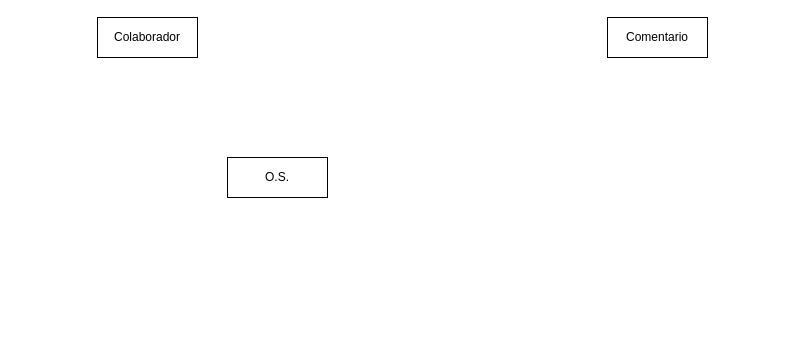
Before: 3des/01-proj/aula15/os/docs/der-conceitual.drawio in Kcioban/DSFork, a draw.io diagram. Source tidied: cells renumbered, new cells numbered last; positions are measured from the earlier drawing's top-left corner, leaving out a move shared by most shapes. Both pictures are drawn from the tidied source at 100%, with x=0, y=0 at pixel (97, 17).
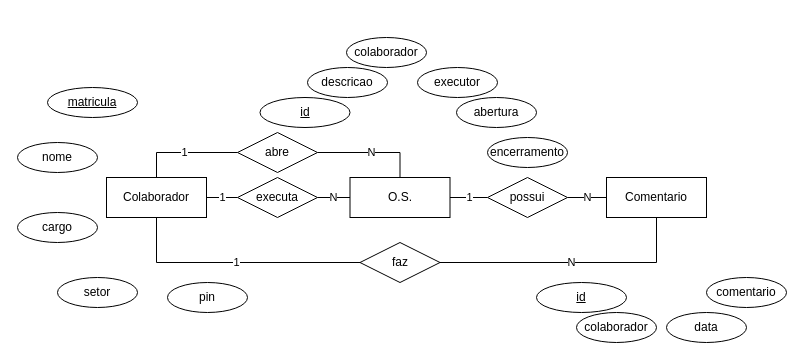
The same diagram, later.

Change to the diagram source:
```diff
@@
+    <mxCell id="5" value="1" style="edgeStyle=orthogonalEdgeStyle;rounded=0;jettySize=auto;html=1;exitX=0.5;exitY=0;exitDx=0;exitDy=0;entryX=0;entryY=0.5;entryDx=0;entryDy=0;endArrow=none;endFill=0;" parent="1" edge="1" source="2" target="25">
+      <mxGeometry relative="1" as="geometry" />
+    </mxCell>
+    <mxCell id="6" value="1" style="edgeStyle=orthogonalEdgeStyle;rounded=0;jettySize=auto;html=1;exitX=1;exitY=0.5;exitDx=0;exitDy=0;entryX=0;entryY=0.5;entryDx=0;entryDy=0;endArrow=none;endFill=0;" parent="1" edge="1" source="2" target="27">
+      <mxGeometry relative="1" as="geometry" />
+    </mxCell>
     <mxCell id="2" value="Colaborador" style="whiteSpace=wrap;html=1;align=center;" parent="1" vertex="1">
-      <mxGeometry width="100" height="40" as="geometry" />
+      <mxGeometry x="9" y="160" width="100" height="40" as="geometry" />
     </mxCell>
+    <mxCell id="7" value="1" style="edgeStyle=orthogonalEdgeStyle;rounded=0;jettySize=auto;html=1;exitX=1;exitY=0.5;exitDx=0;exitDy=0;entryX=0;entryY=0.5;entryDx=0;entryDy=0;endArrow=none;endFill=0;" parent="1" edge="1" source="3" target="32">
+      <mxGeometry relative="1" as="geometry" />
+    </mxCell>
     <mxCell id="3" value="O.S." style="whiteSpace=wrap;html=1;align=center;" parent="1" vertex="1">
-      <mxGeometry x="130" y="140" width="100" height="40" as="geometry" />
+      <mxGeometry x="252.5" y="160" width="100" height="40" as="geometry" />
     </mxCell>
     <mxCell id="4" value="Comentario" style="whiteSpace=wrap;html=1;align=center;" parent="1" vertex="1">
-      <mxGeometry x="510" width="100" height="40" as="geometry" />
+      <mxGeometry x="509" y="160" width="100" height="40" as="geometry" />
     </mxCell>
+    <mxCell id="8" value="nome" style="ellipse;whiteSpace=wrap;html=1;align=center;" parent="1" vertex="1">
+      <mxGeometry x="-80" y="125" width="80" height="30" as="geometry" />
+    </mxCell>
+    <mxCell id="9" value="matricula" style="ellipse;whiteSpace=wrap;html=1;align=center;fontStyle=4;" parent="1" vertex="1">
+      <mxGeometry x="-50" y="70" width="90" height="30" as="geometry" />
+    </mxCell>
+    <mxCell id="10" value="cargo" style="ellipse;whiteSpace=wrap;html=1;align=center;" parent="1" vertex="1">
+      <mxGeometry x="-80" y="195" width="80" height="30" as="geometry" />
+    </mxCell>
+    <mxCell id="11" style="rounded=0;jettySize=auto;html=1;exitX=0.5;exitY=0;exitDx=0;exitDy=0;entryX=0.5;entryY=1;entryDx=0;entryDy=0;endArrow=none;endFill=0;strokeColor=none;" parent="1" edge="1" source="12" target="2">
+      <mxGeometry relative="1" as="geometry" />
+    </mxCell>
+    <mxCell id="12" value="setor" style="ellipse;whiteSpace=wrap;html=1;align=center;" parent="1" vertex="1">
+      <mxGeometry x="-40" y="260" width="80" height="30" as="geometry" />
+    </mxCell>
+    <mxCell id="13" value="pin" style="ellipse;whiteSpace=wrap;html=1;align=center;" parent="1" vertex="1">
+      <mxGeometry x="70" y="265" width="80" height="30" as="geometry" />
+    </mxCell>
+    <mxCell id="14" value="colaborador" style="ellipse;whiteSpace=wrap;html=1;align=center;" parent="1" vertex="1">
+      <mxGeometry x="479" y="295" width="80" height="30" as="geometry" />
+    </mxCell>
+    <mxCell id="15" value="id" style="ellipse;whiteSpace=wrap;html=1;align=center;fontStyle=4;" parent="1" vertex="1">
+      <mxGeometry x="439" y="265" width="90" height="30" as="geometry" />
+    </mxCell>
+    <mxCell id="16" value="data" style="ellipse;whiteSpace=wrap;html=1;align=center;" parent="1" vertex="1">
+      <mxGeometry x="569" y="295" width="80" height="30" as="geometry" />
+    </mxCell>
+    <mxCell id="17" value="comentario" style="ellipse;whiteSpace=wrap;html=1;align=center;" parent="1" vertex="1">
+      <mxGeometry x="609" y="260" width="80" height="30" as="geometry" />
+    </mxCell>
+    <mxCell id="18" value="id" style="ellipse;whiteSpace=wrap;html=1;align=center;fontStyle=4;" parent="1" vertex="1">
+      <mxGeometry x="162.5" y="80" width="90" height="30" as="geometry" />
+    </mxCell>
+    <mxCell id="19" value="colaborador" style="ellipse;whiteSpace=wrap;html=1;align=center;" parent="1" vertex="1">
+      <mxGeometry x="249" y="20" width="80" height="30" as="geometry" />
+    </mxCell>
+    <mxCell id="20" value="executor" style="ellipse;whiteSpace=wrap;html=1;align=center;" parent="1" vertex="1">
+      <mxGeometry x="320" y="50" width="80" height="30" as="geometry" />
+    </mxCell>
+    <mxCell id="21" value="descricao" style="ellipse;whiteSpace=wrap;html=1;align=center;" parent="1" vertex="1">
+      <mxGeometry x="210" y="50" width="80" height="30" as="geometry" />
+    </mxCell>
+    <mxCell id="22" value="abertura" style="ellipse;whiteSpace=wrap;html=1;align=center;" parent="1" vertex="1">
+      <mxGeometry x="359" y="80" width="80" height="30" as="geometry" />
+    </mxCell>
+    <mxCell id="23" value="encerramento" style="ellipse;whiteSpace=wrap;html=1;align=center;" parent="1" vertex="1">
+      <mxGeometry x="390" y="120" width="80" height="30" as="geometry" />
+    </mxCell>
+    <mxCell id="24" value="N" style="edgeStyle=orthogonalEdgeStyle;rounded=0;jettySize=auto;html=1;exitX=1;exitY=0.5;exitDx=0;exitDy=0;entryX=0.5;entryY=0;entryDx=0;entryDy=0;endArrow=none;endFill=0;" parent="1" edge="1" source="25" target="3">
+      <mxGeometry relative="1" as="geometry" />
+    </mxCell>
+    <mxCell id="25" value="abre" style="shape=rhombus;perimeter=rhombusPerimeter;whiteSpace=wrap;html=1;align=center;" parent="1" vertex="1">
+      <mxGeometry x="140" y="115" width="80" height="40" as="geometry" />
+    </mxCell>
+    <mxCell id="26" value="N" style="edgeStyle=orthogonalEdgeStyle;rounded=0;jettySize=auto;html=1;exitX=1;exitY=0.5;exitDx=0;exitDy=0;entryX=0;entryY=0.5;entryDx=0;entryDy=0;endArrow=none;endFill=0;" parent="1" edge="1" source="27" target="3">
+      <mxGeometry relative="1" as="geometry" />
+    </mxCell>
+    <mxCell id="27" value="executa" style="shape=rhombus;perimeter=rhombusPerimeter;whiteSpace=wrap;html=1;align=center;" parent="1" vertex="1">
+      <mxGeometry x="140" y="160" width="80" height="40" as="geometry" />
+    </mxCell>
+    <mxCell id="28" value="1" style="edgeStyle=orthogonalEdgeStyle;rounded=0;jettySize=auto;html=1;exitX=0;exitY=0.5;exitDx=0;exitDy=0;entryX=0.5;entryY=1;entryDx=0;entryDy=0;endArrow=none;endFill=0;" parent="1" edge="1" source="30" target="2">
+      <mxGeometry relative="1" as="geometry" />
+    </mxCell>
+    <mxCell id="29" value="N" style="edgeStyle=orthogonalEdgeStyle;rounded=0;jettySize=auto;html=1;exitX=1;exitY=0.5;exitDx=0;exitDy=0;entryX=0.5;entryY=1;entryDx=0;entryDy=0;endArrow=none;endFill=0;" parent="1" edge="1" source="30" target="4">
+      <mxGeometry relative="1" as="geometry" />
+    </mxCell>
+    <mxCell id="30" value="faz" style="shape=rhombus;perimeter=rhombusPerimeter;whiteSpace=wrap;html=1;align=center;" parent="1" vertex="1">
+      <mxGeometry x="262.5" y="225" width="80" height="40" as="geometry" />
+    </mxCell>
+    <mxCell id="31" value="N" style="edgeStyle=orthogonalEdgeStyle;rounded=0;jettySize=auto;html=1;exitX=1;exitY=0.5;exitDx=0;exitDy=0;entryX=0;entryY=0.5;entryDx=0;entryDy=0;endArrow=none;endFill=0;" parent="1" edge="1" source="32" target="4">
+      <mxGeometry relative="1" as="geometry" />
+    </mxCell>
+    <mxCell id="32" value="possui" style="shape=rhombus;perimeter=rhombusPerimeter;whiteSpace=wrap;html=1;align=center;" parent="1" vertex="1">
+      <mxGeometry x="390" y="160" width="80" height="40" as="geometry" />
+    </mxCell>
```
